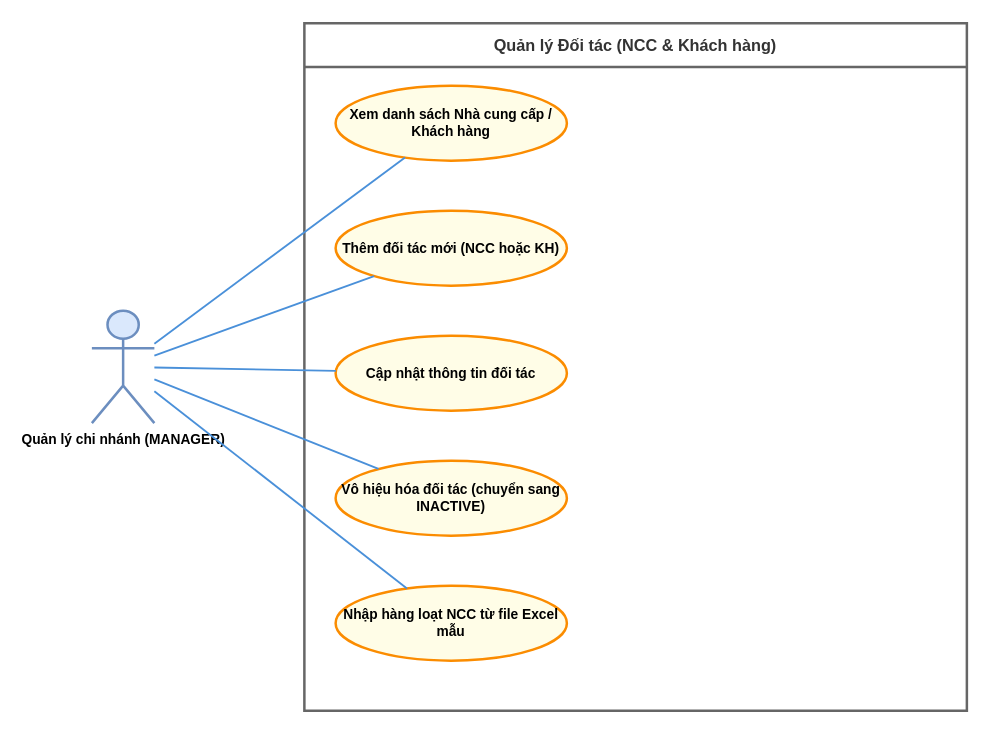
The draw.io diagram UseCase/MANAGER/10_quan_ly_doi_tac.drawio in Nghiatv2006/KhoHang, before the edit. Source tidied: cells renumbered, new cells numbered last; positions are measured from the earlier drawing's top-left corner, leaving out a move shared by most shapes. Both pictures are drawn from the tidied source at 125%, with x=0, y=0 at pixel (91, 22).
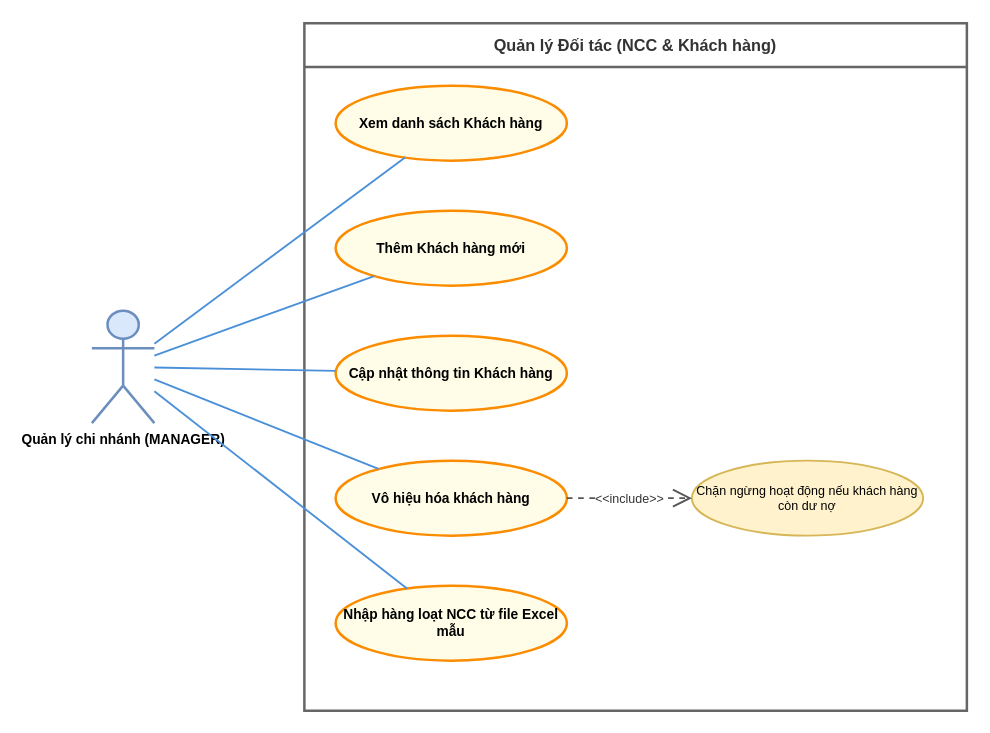
Above is the later version.

The edit, as a diff of the source:
```diff
@@
 <mxGraphModel>
   <root>
     <mxCell id="0" />
     <mxCell id="1" parent="0" />
     <mxCell id="2" value="Quản lý Đối tác (NCC &amp; Khách hàng)" style="swimlane;startSize=35;whiteSpace=wrap;html=1;fontStyle=1;fontSize=13;                    fillColor=#f5f5f5;strokeColor=#666666;strokeWidth=2;fontColor=#333333;align=center;" parent="1" vertex="1">
       <mxGeometry x="170" width="530" height="550" as="geometry" />
     </mxCell>
+    <mxCell id="14" value="Chặn ngừng hoạt động nếu khách hàng còn dư nợ" style="ellipse;whiteSpace=wrap;html=1;fillColor=#fff2cc;strokeColor=#d6b656;strokeWidth=1.5;fontSize=10;align=center;" parent="2" vertex="1">
+      <mxGeometry x="310" y="350" width="185" height="60" as="geometry" />
+    </mxCell>
+    <mxCell id="4" value="Xem danh sách Khách hàng" style="ellipse;whiteSpace=wrap;html=1;fillColor=#fffde7;strokeColor=#fb8c00;strokeWidth=2;fontStyle=1;fontSize=11;align=center;" parent="2" vertex="1">
+      <mxGeometry x="25" y="50" width="185" height="60" as="geometry" />
+    </mxCell>
     <mxCell id="3" value="Quản lý chi nhánh (MANAGER)" style="shape=umlActor;verticalLabelPosition=bottom;verticalAlign=top;html=1;                    outlineConnect=0;fillColor=#dae8fc;strokeColor=#6c8ebf;strokeWidth=2;                    fontColor=#1a1a1a;fontStyle=1;fontSize=11;" parent="1" vertex="1">
       <mxGeometry y="230" width="50" height="90" as="geometry" />
     </mxCell>
-    <mxCell id="4" value="Xem danh sách Nhà cung cấp / Khách hàng" style="ellipse;whiteSpace=wrap;html=1;fillColor=#fffde7;strokeColor=#fb8c00;strokeWidth=2;fontStyle=1;fontSize=11;align=center;" parent="1" vertex="1">
-      <mxGeometry x="195" y="50" width="185" height="60" as="geometry" />
-    </mxCell>
-    <mxCell id="5" value="Thêm đối tác mới (NCC hoặc KH)" style="ellipse;whiteSpace=wrap;html=1;fillColor=#fffde7;strokeColor=#fb8c00;strokeWidth=2;fontStyle=1;fontSize=11;align=center;" parent="1" vertex="1">
+    <mxCell id="5" value="Thêm Khách hàng mới" style="ellipse;whiteSpace=wrap;html=1;fillColor=#fffde7;strokeColor=#fb8c00;strokeWidth=2;fontStyle=1;fontSize=11;align=center;" parent="1" vertex="1">
       <mxGeometry x="195" y="150" width="185" height="60" as="geometry" />
     </mxCell>
-    <mxCell id="6" value="Cập nhật thông tin đối tác" style="ellipse;whiteSpace=wrap;html=1;fillColor=#fffde7;strokeColor=#fb8c00;strokeWidth=2;fontStyle=1;fontSize=11;align=center;" parent="1" vertex="1">
+    <mxCell id="6" value="Cập nhật thông tin Khách hàng" style="ellipse;whiteSpace=wrap;html=1;fillColor=#fffde7;strokeColor=#fb8c00;strokeWidth=2;fontStyle=1;fontSize=11;align=center;" parent="1" vertex="1">
       <mxGeometry x="195" y="250" width="185" height="60" as="geometry" />
     </mxCell>
-    <mxCell id="7" value="Vô hiệu hóa đối tác (chuyển sang INACTIVE)" style="ellipse;whiteSpace=wrap;html=1;fillColor=#fffde7;strokeColor=#fb8c00;strokeWidth=2;fontStyle=1;fontSize=11;align=center;" parent="1" vertex="1">
+    <mxCell id="7" value="Vô hiệu hóa khách hàng" style="ellipse;whiteSpace=wrap;html=1;fillColor=#fffde7;strokeColor=#fb8c00;strokeWidth=2;fontStyle=1;fontSize=11;align=center;" parent="1" vertex="1">
       <mxGeometry x="195" y="350" width="185" height="60" as="geometry" />
     </mxCell>
     <mxCell id="8" value="Nhập hàng loạt NCC từ file Excel mẫu" style="ellipse;whiteSpace=wrap;html=1;fillColor=#fffde7;strokeColor=#fb8c00;strokeWidth=2;fontStyle=1;fontSize=11;align=center;" parent="1" vertex="1">
       <mxGeometry x="195" y="450" width="185" height="60" as="geometry" />
     </mxCell>
     <mxCell id="9" style="endArrow=none;html=1;rounded=0;strokeColor=#4a90d9;strokeWidth=1.5;" parent="1" edge="1" source="3" target="4">
       <mxGeometry relative="1" as="geometry" />
     </mxCell>
     <mxCell id="10" style="endArrow=none;html=1;rounded=0;strokeColor=#4a90d9;strokeWidth=1.5;" parent="1" edge="1" source="3" target="5">
       <mxGeometry relative="1" as="geometry" />
     </mxCell>
     <mxCell id="11" style="endArrow=none;html=1;rounded=0;strokeColor=#4a90d9;strokeWidth=1.5;" parent="1" edge="1" source="3" target="6">
       <mxGeometry relative="1" as="geometry" />
     </mxCell>
     <mxCell id="12" style="endArrow=none;html=1;rounded=0;strokeColor=#4a90d9;strokeWidth=1.5;" parent="1" edge="1" source="3" target="7">
       <mxGeometry relative="1" as="geometry" />
     </mxCell>
     <mxCell id="13" style="endArrow=none;html=1;rounded=0;strokeColor=#4a90d9;strokeWidth=1.5;" parent="1" edge="1" source="3" target="8">
       <mxGeometry relative="1" as="geometry" />
     </mxCell>
+    <mxCell id="15" value="&amp;lt;&amp;lt;include&amp;gt;&amp;gt;" style="endArrow=open;endSize=12;dashed=1;html=1;rounded=0;strokeColor=#555555;strokeWidth=1.5;labelBackgroundColor=#ffffff;fontColor=#333333;fontSize=10;align=center;" parent="1" edge="1" source="7" target="14">
+      <mxGeometry relative="1" as="geometry" />
+    </mxCell>
   </root>
 </mxGraphModel>
```
